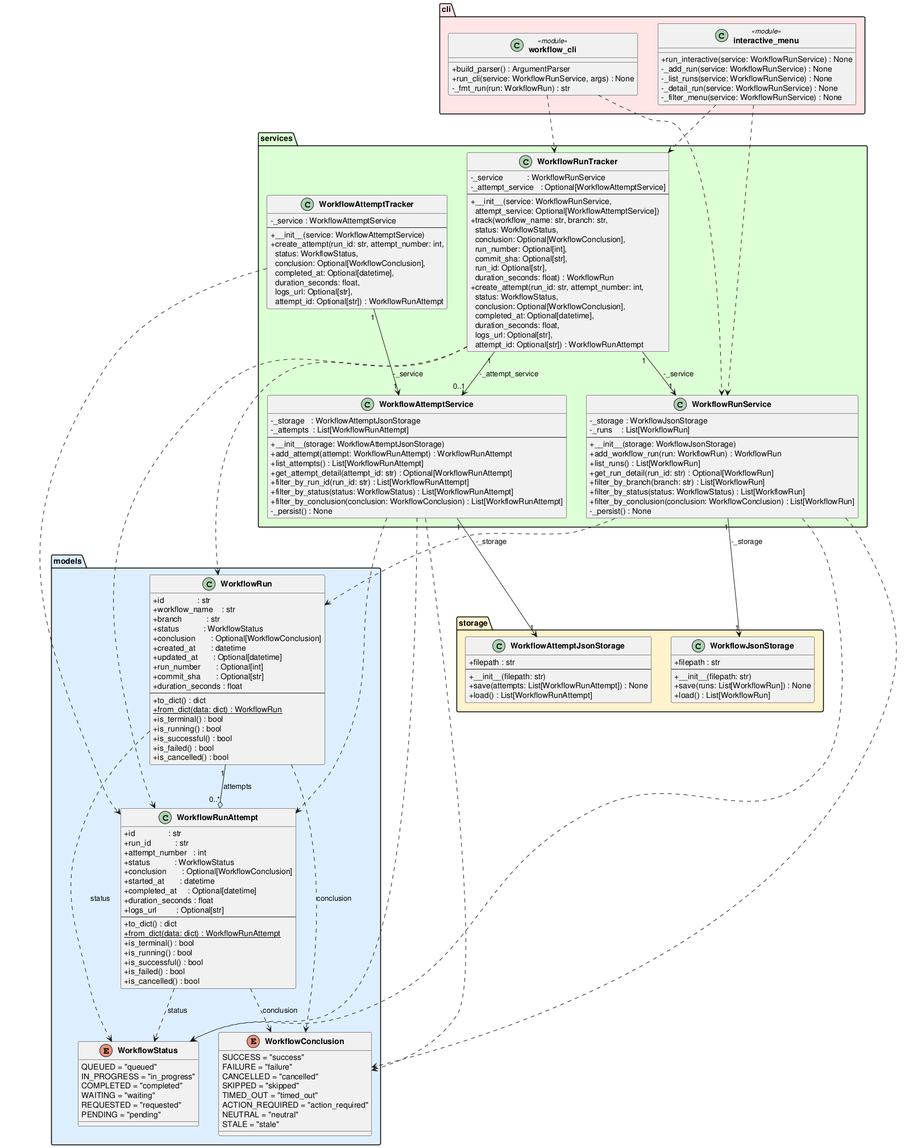
This is experiments/pipeline/structured_text/github-workflow-manager/artifacts/class_diagram.png from DanielRiha8906/Software_autoevolution_using_agents, a PlantUML export, as it was before one commit.
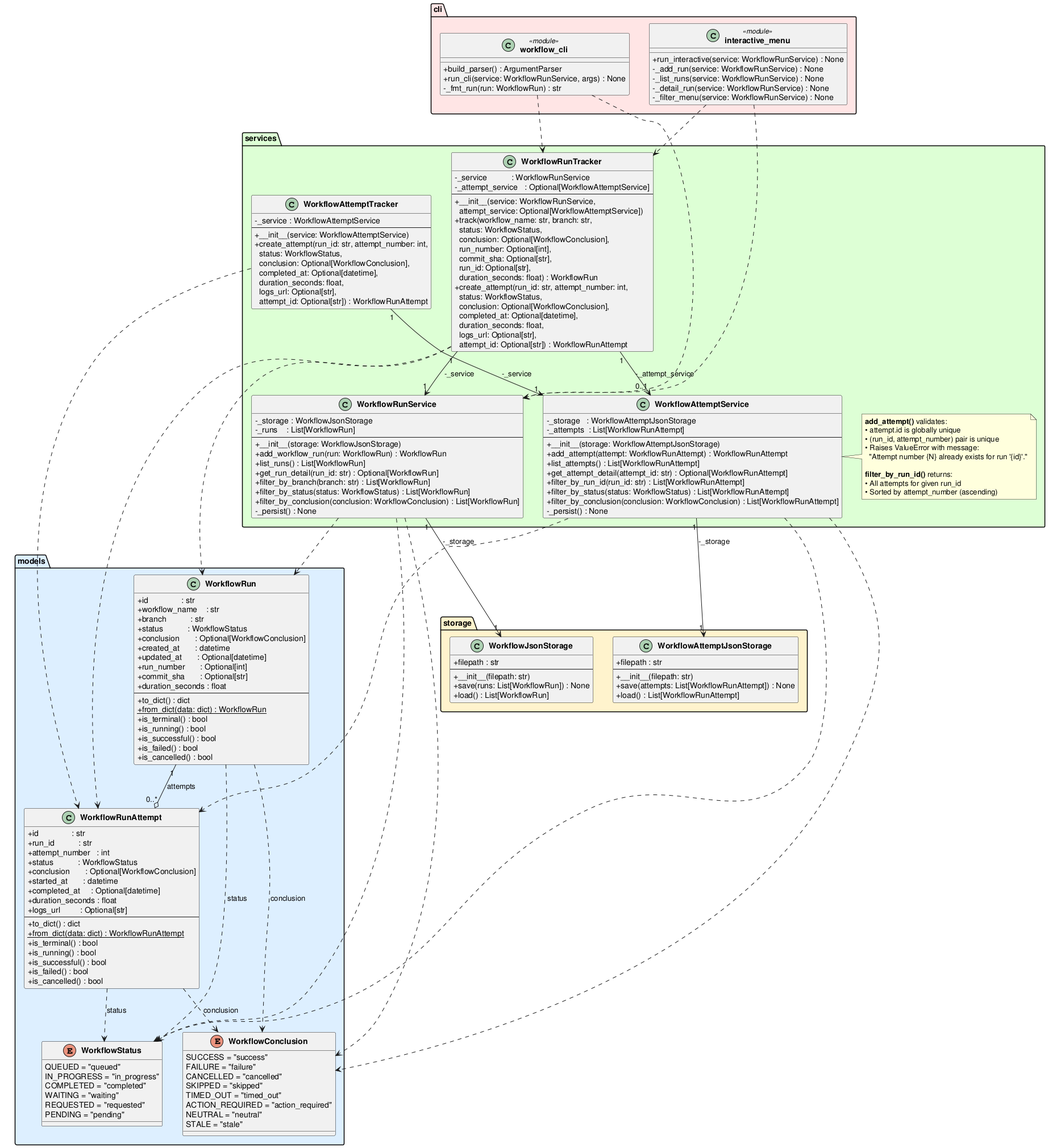
After the commit.

Change to the diagram source:
```diff
@@ -128,6 +128,18 @@
         +__init__(service: WorkflowAttemptService)
         +create_attempt(run_id: str, attempt_number: int,\n  status: WorkflowStatus,\n  conclusion: Optional[WorkflowConclusion],\n  completed_at: Optional[datetime],\n  duration_seconds: float,\n  logs_url: Optional[str],\n  attempt_id: Optional[str]) : WorkflowRunAttempt
     }
+
+    note right of WorkflowAttemptService
+        **add_attempt()** validates:
+        • attempt.id is globally unique
+        • (run_id, attempt_number) pair is unique
+        • Raises ValueError with message:
+          "Attempt number {N} already exists for run '{id}'."
+
+        **filter_by_run_id()** returns:
+        • All attempts for given run_id
+        • Sorted by attempt_number (ascending)
+    end note
 }
 
 package "cli" #FFE5E5 {
```
